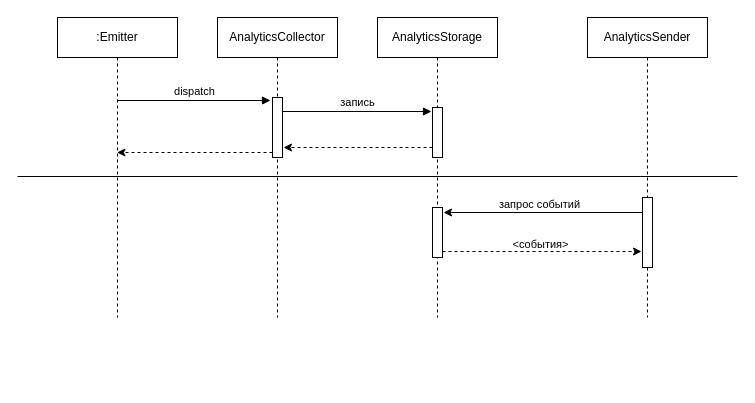
This is analytics-event-logger.drawio from ajile/draw-io, a draw.io file, before an edit. Source tidied: cells renumbered, new cells numbered last; positions are measured from the earlier drawing's top-left corner, leaving out a move shared by most shapes. Both pictures are drawn from the tidied source at 100%, with x=0, y=0 at pixel (17, 17).
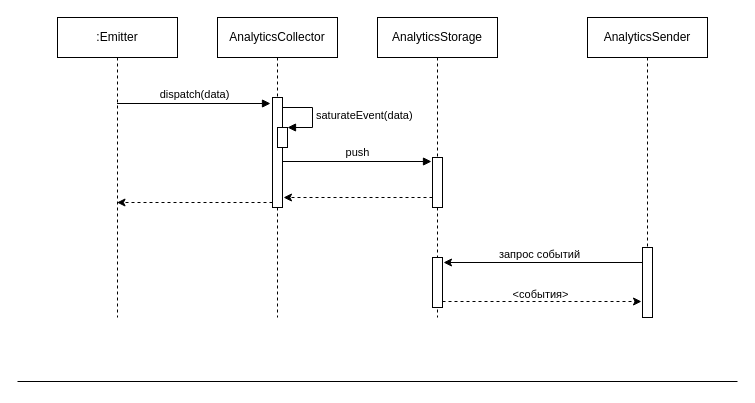
The same page after the edit.

Unchanged cells that the change refers to:
```xml
<mxCell id="2" value=":Emitter" style="shape=umlLifeline;perimeter=lifelinePerimeter;whiteSpace=wrap;html=1;outlineConnect=0;" parent="1" vertex="1">
  <mxGeometry x="40" width="120" height="300" as="geometry" />
</mxCell>
```

The edit, as a diff of the source:
```diff
@@
-    <mxCell id="6" style="edgeStyle=elbowEdgeStyle;rounded=0;jettySize=auto;elbow=vertical;html=1;dashed=1;startArrow=none;startFill=0;exitX=0;exitY=0.917;exitDx=0;exitDy=0;exitPerimeter=0;" parent="1" edge="1" source="7" target="2">
-      <mxGeometry relative="1" as="geometry" />
+    <mxCell id="6" style="edgeStyle=elbowEdgeStyle;rounded=0;orthogonalLoop=1;jettySize=auto;elbow=vertical;html=1;dashed=1;startArrow=none;startFill=0;exitX=0;exitY=0.917;exitDx=0;exitDy=0;exitPerimeter=0;" parent="1" edge="1">
+      <mxGeometry relative="1" as="geometry">
+        <mxPoint x="255" y="185" as="sourcePoint" />
+        <mxPoint x="99.5" y="185" as="targetPoint" />
+      </mxGeometry>
     </mxCell>
     <mxCell id="7" style="html=1;points=[];perimeter=orthogonalPerimeter;" parent="1" vertex="1">
-      <mxGeometry x="255" y="80" width="10" height="60" as="geometry" />
+      <mxGeometry x="255" y="80" width="10" height="110" as="geometry" />
     </mxCell>
-    <mxCell id="8" value="dispatch" style="html=1;verticalAlign=bottom;startArrow=none;endArrow=block;startSize=8;edgeStyle=elbowEdgeStyle;elbow=vertical;entryX=-0.2;entryY=0.05;entryDx=0;entryDy=0;entryPerimeter=0;startFill=0;" parent="1" edge="1" source="2" target="7">
+    <mxCell id="8" value="dispatch(data)" style="html=1;verticalAlign=bottom;startArrow=none;endArrow=block;startSize=8;edgeStyle=elbowEdgeStyle;elbow=vertical;entryX=-0.2;entryY=0.05;entryDx=0;entryDy=0;entryPerimeter=0;startFill=0;" parent="1" edge="1" source="2" target="7">
       <mxGeometry relative="1" as="geometry" />
     </mxCell>
     <mxCell id="9" style="edgeStyle=elbowEdgeStyle;rounded=0;jettySize=auto;elbow=vertical;html=1;startArrow=none;startFill=0;dashed=1;" parent="1" edge="1" source="10">
       <mxGeometry relative="1" as="geometry">
-        <mxPoint x="266" y="130" as="targetPoint" />
+        <mxPoint x="266" y="180" as="targetPoint" />
       </mxGeometry>
     </mxCell>
     <mxCell id="10" style="html=1;points=[];perimeter=orthogonalPerimeter;" parent="1" vertex="1">
-      <mxGeometry x="415" y="90" width="10" height="50" as="geometry" />
+      <mxGeometry x="415" y="140" width="10" height="50" as="geometry" />
     </mxCell>
-    <mxCell id="11" value="запись" style="html=1;verticalAlign=bottom;startArrow=none;endArrow=block;startSize=8;edgeStyle=elbowEdgeStyle;elbow=vertical;entryX=-0.1;entryY=0.088;entryDx=0;entryDy=0;entryPerimeter=0;startFill=0;" parent="1" edge="1" source="7" target="10">
-      <mxGeometry relative="1" as="geometry" />
+    <mxCell id="11" value="push" style="html=1;verticalAlign=bottom;startArrow=none;endArrow=block;startSize=8;edgeStyle=elbowEdgeStyle;elbow=vertical;entryX=-0.1;entryY=0.088;entryDx=0;entryDy=0;entryPerimeter=0;startFill=0;" parent="1" edge="1" target="10">
+      <mxGeometry relative="1" as="geometry">
+        <mxPoint x="265" y="144" as="sourcePoint" />
+      </mxGeometry>
     </mxCell>
@@
     <mxCell id="14" style="html=1;points=[];perimeter=orthogonalPerimeter;" parent="1" vertex="1">
-      <mxGeometry x="415" y="190" width="10" height="50" as="geometry" />
+      <mxGeometry x="415" y="240" width="10" height="50" as="geometry" />
     </mxCell>
@@
     <mxCell id="17" style="html=1;points=[];perimeter=orthogonalPerimeter;" parent="1" vertex="1">
-      <mxGeometry x="625" y="180" width="10" height="70" as="geometry" />
+      <mxGeometry x="625" y="230" width="10" height="70" as="geometry" />
     </mxCell>
     <mxCell id="18" style="line;strokeWidth=1;fillColor=none;align=left;verticalAlign=middle;spacingTop=-1;spacingLeft=3;spacingRight=3;labelPosition=right;" parent="1" vertex="1">
-      <mxGeometry y="155" width="720" height="8" as="geometry" />
+      <mxGeometry y="360" width="720" height="8" as="geometry" />
     </mxCell>
+    <mxCell id="19" style="html=1;points=[];perimeter=orthogonalPerimeter;" parent="1" vertex="1">
+      <mxGeometry x="260" y="110" width="10" height="20" as="geometry" />
+    </mxCell>
+    <mxCell id="20" value="saturateEvent(data)" style="edgeStyle=orthogonalEdgeStyle;html=1;align=left;spacingLeft=2;endArrow=block;rounded=0;entryX=1;entryY=0;" parent="1" edge="1" target="19">
+      <mxGeometry relative="1" as="geometry">
+        <mxPoint x="265" y="90" as="sourcePoint" />
+        <Array as="points">
+          <mxPoint x="295" y="90" />
+        </Array>
+      </mxGeometry>
+    </mxCell>
```
